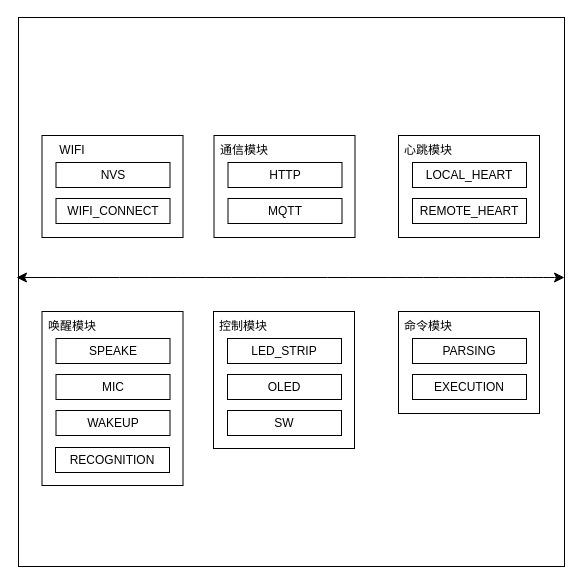
The draw.io diagram Project ESP32S3 Modules.drawio in Gonod20s/Voice-Controlled-Robot, before the edit. Source tidied: cells renumbered, new cells numbered last; positions are measured from the earlier drawing's top-left corner, leaving out a move shared by most shapes. Both pictures are drawn from the tidied source at 100%, with x=0, y=0 at pixel (16, 17).
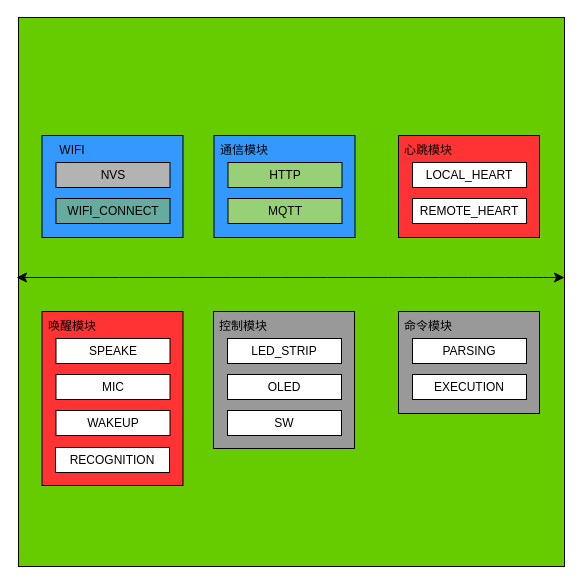
The same page after the edit.

Diff of the diagram source:
```diff
@@
-    <mxCell id="2" style="rounded=0;whiteSpace=wrap;html=1;" parent="1" vertex="1">
+    <mxCell id="2" style="rounded=0;whiteSpace=wrap;html=1;fillColor=#66CC00;" parent="1" vertex="1">
       <mxGeometry x="2" width="546" height="549" as="geometry" />
     </mxCell>
-    <mxCell id="3" style="rounded=0;whiteSpace=wrap;html=1;" parent="1" vertex="1">
+    <mxCell id="3" style="rounded=0;whiteSpace=wrap;html=1;fillColor=#3399FF;" parent="1" vertex="1">
       <mxGeometry x="25.5" y="118" width="141" height="102" as="geometry" />
     </mxCell>
-    <mxCell id="4" value="&lt;div&gt;NVS&lt;/div&gt;" style="rounded=0;whiteSpace=wrap;html=1;" parent="1" vertex="1">
+    <mxCell id="4" value="&lt;div&gt;NVS&lt;/div&gt;" style="rounded=0;whiteSpace=wrap;html=1;fillColor=#B3B3B3;" parent="1" vertex="1">
       <mxGeometry x="39.5" y="145" width="114" height="25" as="geometry" />
     </mxCell>
-    <mxCell id="5" value="WIFI_CONNECT" style="rounded=0;whiteSpace=wrap;html=1;" parent="1" vertex="1">
+    <mxCell id="5" value="WIFI_CONNECT" style="rounded=0;whiteSpace=wrap;html=1;fillColor=#67AB9F;" parent="1" vertex="1">
       <mxGeometry x="39.5" y="181" width="114" height="25" as="geometry" />
     </mxCell>
@@
-    <mxCell id="7" style="rounded=0;whiteSpace=wrap;html=1;" parent="1" vertex="1">
+    <mxCell id="7" style="rounded=0;whiteSpace=wrap;html=1;fillColor=#3399FF;" parent="1" vertex="1">
       <mxGeometry x="197.5" y="118" width="141" height="102" as="geometry" />
     </mxCell>
-    <mxCell id="8" value="HTTP" style="rounded=0;whiteSpace=wrap;html=1;" parent="1" vertex="1">
+    <mxCell id="8" value="HTTP" style="rounded=0;whiteSpace=wrap;html=1;fillColor=#97D077;" parent="1" vertex="1">
       <mxGeometry x="211.5" y="145" width="114" height="25" as="geometry" />
     </mxCell>
-    <mxCell id="9" value="MQTT" style="rounded=0;whiteSpace=wrap;html=1;" parent="1" vertex="1">
+    <mxCell id="9" value="MQTT" style="rounded=0;whiteSpace=wrap;html=1;fillColor=#97D077;" parent="1" vertex="1">
       <mxGeometry x="211.5" y="181" width="114" height="25" as="geometry" />
     </mxCell>
@@
-    <mxCell id="11" style="rounded=0;whiteSpace=wrap;html=1;" parent="1" vertex="1">
+    <mxCell id="11" style="rounded=0;whiteSpace=wrap;html=1;fillColor=#FF3333;" parent="1" vertex="1">
       <mxGeometry x="382" y="118" width="141" height="102" as="geometry" />
     </mxCell>
@@
-    <mxCell id="15" style="rounded=0;whiteSpace=wrap;html=1;" parent="1" vertex="1">
+    <mxCell id="15" style="rounded=0;whiteSpace=wrap;html=1;fillColor=#999999;" parent="1" vertex="1">
       <mxGeometry x="197" y="294" width="141" height="137" as="geometry" />
     </mxCell>
@@
-    <mxCell id="20" style="rounded=0;whiteSpace=wrap;html=1;" parent="1" vertex="1">
+    <mxCell id="20" style="rounded=0;whiteSpace=wrap;html=1;fillColor=#999999;" parent="1" vertex="1">
       <mxGeometry x="382" y="294" width="141" height="102" as="geometry" />
     </mxCell>
@@
-    <mxCell id="24" style="rounded=0;whiteSpace=wrap;html=1;" parent="1" vertex="1">
+    <mxCell id="24" style="rounded=0;whiteSpace=wrap;html=1;fillColor=#FF3333;" parent="1" vertex="1">
       <mxGeometry x="25.5" y="294" width="141" height="174" as="geometry" />
     </mxCell>
```
